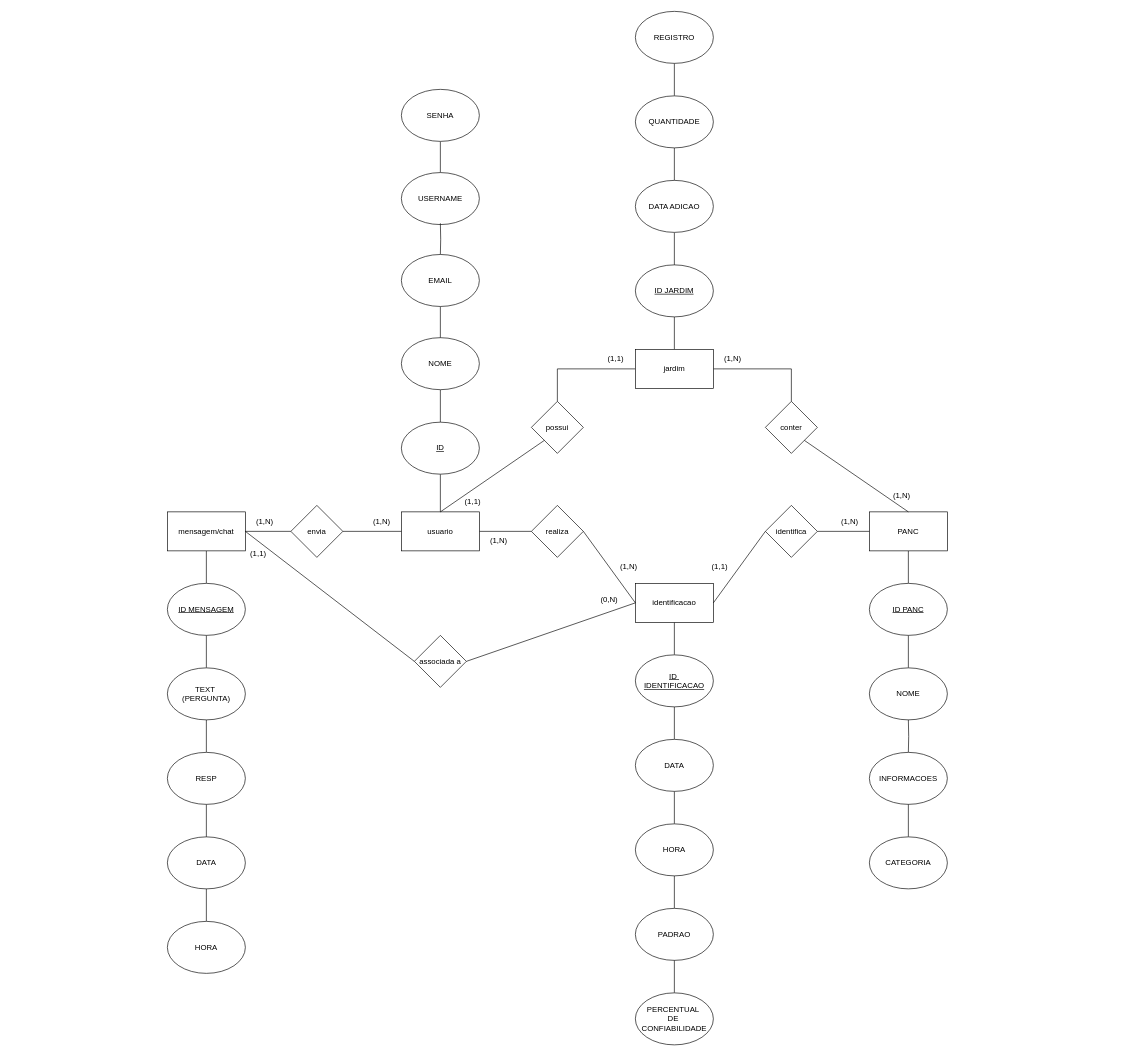
Above: Diagramas/Diagrama conceitual TCC FINAL.drawio in ThiagoNestor/tcc-thiago-nestor-lais-ferrari-leticia-cardoso-rebeca-carvalho (draw.io), before the change. Source tidied: cells renumbered, new cells numbered last; positions are measured from the earlier drawing's top-left corner, leaving out a move shared by most shapes. Both pictures are drawn from the tidied source at 65%, with x=0, y=0 at pixel (167, 11).
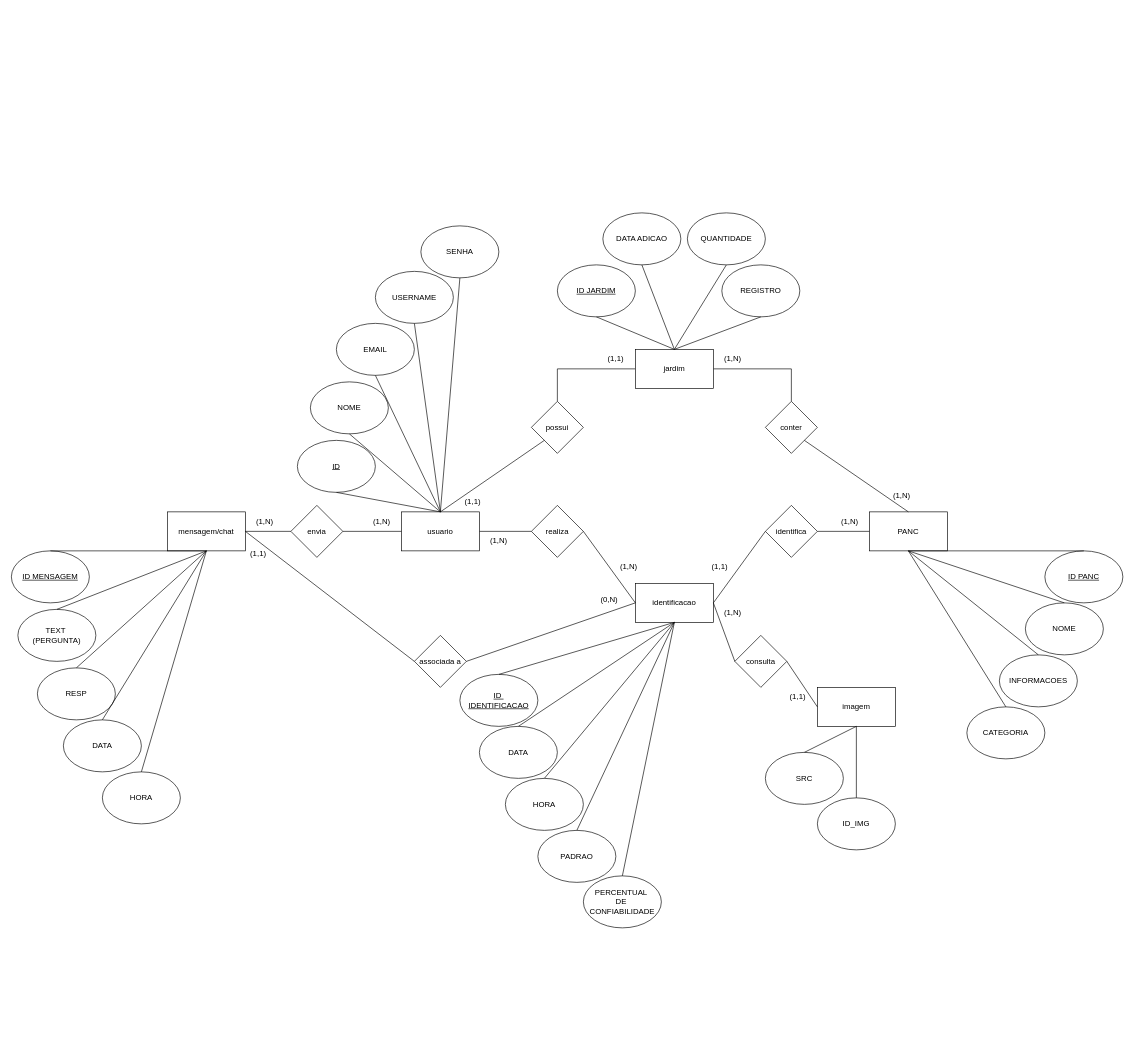
After the change.

Unchanged cells that the change refers to:
```xml
<mxCell id="5" value="jardim" style="rounded=0;whiteSpace=wrap;html=1;" parent="1" vertex="1">
  <mxGeometry x="720" y="520" width="120" height="60" as="geometry" />
</mxCell>
<mxCell id="7" value="mensagem/chat" style="rounded=0;whiteSpace=wrap;html=1;" parent="1" vertex="1">
  <mxGeometry y="770" width="120" height="60" as="geometry" />
</mxCell>
<mxCell id="9" value="PANC" style="rounded=0;whiteSpace=wrap;html=1;" parent="1" vertex="1">
  <mxGeometry x="1080" y="770" width="120" height="60" as="geometry" />
</mxCell>
<mxCell id="11" value="identificacao" style="rounded=0;whiteSpace=wrap;html=1;" parent="1" vertex="1">
  <mxGeometry x="720" y="880" width="120" height="60" as="geometry" />
</mxCell>
<mxCell id="14" value="usuario" style="rounded=0;whiteSpace=wrap;html=1;direction=east;flipV=0;legacyAnchorPoints=0;flipH=1;" parent="1" vertex="1">
  <mxGeometry x="360" y="770" width="120" height="60" as="geometry" />
</mxCell>
```

Change to the diagram source:
```diff
@@
-    <mxCell id="2" style="edgeStyle=orthogonalEdgeStyle;rounded=0;jettySize=auto;html=1;endArrow=none;endFill=0;" parent="1" edge="1" source="5" target="42">
-      <mxGeometry relative="1" as="geometry" />
-    </mxCell>
@@
-    <mxCell id="6" style="edgeStyle=orthogonalEdgeStyle;rounded=0;jettySize=auto;html=1;endArrow=none;endFill=0;" parent="1" edge="1" source="7" target="33">
-      <mxGeometry relative="1" as="geometry" />
-    </mxCell>
@@
-    <mxCell id="8" style="edgeStyle=orthogonalEdgeStyle;rounded=0;jettySize=auto;html=1;endArrow=none;endFill=0;" parent="1" edge="1" source="9" target="26">
-      <mxGeometry relative="1" as="geometry" />
-    </mxCell>
@@
-    <mxCell id="10" style="edgeStyle=orthogonalEdgeStyle;rounded=0;jettySize=auto;html=1;endArrow=none;endFill=0;" parent="1" edge="1" source="11" target="19">
-      <mxGeometry relative="1" as="geometry" />
-    </mxCell>
@@
-    <mxCell id="13" style="edgeStyle=orthogonalEdgeStyle;rounded=0;jettySize=auto;html=1;endArrow=none;endFill=0;" parent="1" edge="1" source="14" target="61">
-      <mxGeometry relative="1" as="geometry" />
-    </mxCell>
@@
-    <mxCell id="18" style="edgeStyle=orthogonalEdgeStyle;rounded=0;jettySize=auto;html=1;endArrow=none;endFill=0;" parent="1" edge="1" source="19" target="21">
-      <mxGeometry relative="1" as="geometry" />
-    </mxCell>
     <mxCell id="19" value="&lt;u&gt;ID&amp;nbsp;&lt;/u&gt;&lt;div&gt;&lt;u&gt;IDENTIFICACAO&lt;/u&gt;&lt;/div&gt;" style="ellipse;whiteSpace=wrap;html=1;" parent="1" vertex="1">
-      <mxGeometry x="720" y="990" width="120" height="80" as="geometry" />
+      <mxGeometry x="450" y="1020" width="120" height="80" as="geometry" />
     </mxCell>
-    <mxCell id="20" style="edgeStyle=orthogonalEdgeStyle;rounded=0;jettySize=auto;html=1;endArrow=none;endFill=0;" parent="1" edge="1" source="21" target="23">
-      <mxGeometry relative="1" as="geometry" />
-    </mxCell>
     <mxCell id="21" value="DATA" style="ellipse;whiteSpace=wrap;html=1;" parent="1" vertex="1">
-      <mxGeometry x="720" y="1120" width="120" height="80" as="geometry" />
+      <mxGeometry x="480" y="1100" width="120" height="80" as="geometry" />
     </mxCell>
-    <mxCell id="22" style="edgeStyle=orthogonalEdgeStyle;rounded=0;jettySize=auto;html=1;endArrow=none;endFill=0;" parent="1" edge="1" source="23" target="24">
-      <mxGeometry relative="1" as="geometry" />
-    </mxCell>
     <mxCell id="23" value="HORA" style="ellipse;whiteSpace=wrap;html=1;" parent="1" vertex="1">
-      <mxGeometry x="720" y="1250" width="120" height="80" as="geometry" />
+      <mxGeometry x="520" y="1180" width="120" height="80" as="geometry" />
     </mxCell>
     <mxCell id="24" value="PADRAO" style="ellipse;whiteSpace=wrap;html=1;" parent="1" vertex="1">
-      <mxGeometry x="720" y="1380" width="120" height="80" as="geometry" />
+      <mxGeometry x="570" y="1260" width="120" height="80" as="geometry" />
     </mxCell>
-    <mxCell id="25" style="edgeStyle=orthogonalEdgeStyle;rounded=0;jettySize=auto;html=1;endArrow=none;endFill=0;" parent="1" edge="1" source="26" target="27">
-      <mxGeometry relative="1" as="geometry" />
-    </mxCell>
     <mxCell id="26" value="&lt;u&gt;ID PANC&lt;/u&gt;" style="ellipse;whiteSpace=wrap;html=1;" parent="1" vertex="1">
-      <mxGeometry x="1080" y="880" width="120" height="80" as="geometry" />
+      <mxGeometry x="1350" y="830" width="120" height="80" as="geometry" />
     </mxCell>
     <mxCell id="27" value="NOME" style="ellipse;whiteSpace=wrap;html=1;" parent="1" vertex="1">
-      <mxGeometry x="1080" y="1010" width="120" height="80" as="geometry" />
+      <mxGeometry x="1320" y="910" width="120" height="80" as="geometry" />
     </mxCell>
-    <mxCell id="28" style="edgeStyle=orthogonalEdgeStyle;rounded=0;jettySize=auto;html=1;endArrow=none;endFill=0;" parent="1" edge="1" target="29">
-      <mxGeometry relative="1" as="geometry">
-        <mxPoint x="1140" y="1090" as="sourcePoint" />
-      </mxGeometry>
-    </mxCell>
     <mxCell id="29" value="INFORMACOES" style="ellipse;whiteSpace=wrap;html=1;" parent="1" vertex="1">
-      <mxGeometry x="1080" y="1140" width="120" height="80" as="geometry" />
+      <mxGeometry x="1280" y="990" width="120" height="80" as="geometry" />
     </mxCell>
-    <mxCell id="30" style="edgeStyle=orthogonalEdgeStyle;rounded=0;jettySize=auto;html=1;endArrow=none;endFill=0;" parent="1" edge="1" source="31" target="24">
-      <mxGeometry relative="1" as="geometry" />
-    </mxCell>
     <mxCell id="31" value="PERCENTUAL&amp;nbsp;&lt;div&gt;DE&amp;nbsp;&lt;/div&gt;&lt;div&gt;CONFIABILIDADE&lt;/div&gt;" style="ellipse;whiteSpace=wrap;html=1;" parent="1" vertex="1">
-      <mxGeometry x="720" y="1510" width="120" height="80" as="geometry" />
+      <mxGeometry x="640" y="1330" width="120" height="80" as="geometry" />
     </mxCell>
-    <mxCell id="32" style="edgeStyle=orthogonalEdgeStyle;rounded=0;jettySize=auto;html=1;endArrow=none;endFill=0;" parent="1" edge="1" source="33" target="35">
-      <mxGeometry relative="1" as="geometry" />
-    </mxCell>
     <mxCell id="33" value="&lt;u&gt;ID MENSAGEM&lt;/u&gt;" style="ellipse;whiteSpace=wrap;html=1;" parent="1" vertex="1">
-      <mxGeometry y="880" width="120" height="80" as="geometry" />
+      <mxGeometry x="-240" y="830" width="120" height="80" as="geometry" />
     </mxCell>
-    <mxCell id="34" style="edgeStyle=orthogonalEdgeStyle;rounded=0;jettySize=auto;html=1;endArrow=none;endFill=0;" parent="1" edge="1" source="35" target="45">
-      <mxGeometry relative="1" as="geometry" />
-    </mxCell>
     <mxCell id="35" value="TEXT&amp;nbsp;&lt;div&gt;(PERGUNTA)&lt;/div&gt;" style="ellipse;whiteSpace=wrap;html=1;" parent="1" vertex="1">
-      <mxGeometry y="1010" width="120" height="80" as="geometry" />
+      <mxGeometry x="-230" y="920" width="120" height="80" as="geometry" />
     </mxCell>
-    <mxCell id="36" style="edgeStyle=orthogonalEdgeStyle;rounded=0;jettySize=auto;html=1;endArrow=none;endFill=0;" parent="1" edge="1" source="37" target="39">
-      <mxGeometry relative="1" as="geometry" />
-    </mxCell>
     <mxCell id="37" value="REGISTRO" style="ellipse;whiteSpace=wrap;html=1;" parent="1" vertex="1">
-      <mxGeometry x="720" width="120" height="80" as="geometry" />
+      <mxGeometry x="853" y="390" width="120" height="80" as="geometry" />
     </mxCell>
-    <mxCell id="38" style="edgeStyle=orthogonalEdgeStyle;rounded=0;jettySize=auto;html=1;endArrow=none;endFill=0;" parent="1" edge="1" source="39" target="41">
-      <mxGeometry relative="1" as="geometry" />
-    </mxCell>
     <mxCell id="39" value="QUANTIDADE" style="ellipse;whiteSpace=wrap;html=1;" parent="1" vertex="1">
-      <mxGeometry x="720" y="130" width="120" height="80" as="geometry" />
+      <mxGeometry x="800" y="310" width="120" height="80" as="geometry" />
     </mxCell>
-    <mxCell id="40" style="edgeStyle=orthogonalEdgeStyle;rounded=0;jettySize=auto;html=1;endArrow=none;endFill=0;" parent="1" edge="1" source="41" target="42">
-      <mxGeometry relative="1" as="geometry" />
-    </mxCell>
     <mxCell id="41" value="DATA ADICAO" style="ellipse;whiteSpace=wrap;html=1;" parent="1" vertex="1">
-      <mxGeometry x="720" y="260" width="120" height="80" as="geometry" />
+      <mxGeometry x="670" y="310" width="120" height="80" as="geometry" />
     </mxCell>
     <mxCell id="42" value="&lt;u&gt;ID JARDIM&lt;/u&gt;" style="ellipse;whiteSpace=wrap;html=1;" parent="1" vertex="1">
-      <mxGeometry x="720" y="390" width="120" height="80" as="geometry" />
+      <mxGeometry x="600" y="390" width="120" height="80" as="geometry" />
     </mxCell>
     <mxCell id="43" value="DATA" style="ellipse;whiteSpace=wrap;html=1;" parent="1" vertex="1">
-      <mxGeometry y="1270" width="120" height="80" as="geometry" />
+      <mxGeometry x="-160" y="1090" width="120" height="80" as="geometry" />
     </mxCell>
-    <mxCell id="44" style="edgeStyle=orthogonalEdgeStyle;rounded=0;jettySize=auto;html=1;endArrow=none;endFill=0;" parent="1" edge="1" source="45" target="43">
-      <mxGeometry relative="1" as="geometry" />
-    </mxCell>
     <mxCell id="45" value="RESP" style="ellipse;whiteSpace=wrap;html=1;" parent="1" vertex="1">
-      <mxGeometry y="1140" width="120" height="80" as="geometry" />
+      <mxGeometry x="-200" y="1010" width="120" height="80" as="geometry" />
     </mxCell>
-    <mxCell id="46" style="edgeStyle=orthogonalEdgeStyle;rounded=0;jettySize=auto;html=1;endArrow=none;endFill=0;" parent="1" edge="1" source="47" target="43">
-      <mxGeometry relative="1" as="geometry" />
-    </mxCell>
     <mxCell id="47" value="HORA" style="ellipse;whiteSpace=wrap;html=1;" parent="1" vertex="1">
-      <mxGeometry y="1400" width="120" height="80" as="geometry" />
+      <mxGeometry x="-100" y="1170" width="120" height="80" as="geometry" />
     </mxCell>
@@
-    <mxCell id="54" style="edgeStyle=orthogonalEdgeStyle;rounded=0;jettySize=auto;html=1;endArrow=none;endFill=0;" parent="1" edge="1" source="55" target="29">
-      <mxGeometry relative="1" as="geometry" />
-    </mxCell>
     <mxCell id="55" value="CATEGORIA" style="ellipse;whiteSpace=wrap;html=1;" parent="1" vertex="1">
-      <mxGeometry x="1080" y="1270" width="120" height="80" as="geometry" />
+      <mxGeometry x="1230" y="1070" width="120" height="80" as="geometry" />
     </mxCell>
@@
-    <mxCell id="59" style="edgeStyle=orthogonalEdgeStyle;rounded=0;jettySize=auto;html=1;endArrow=none;endFill=0;" parent="1" edge="1" source="60" target="61">
-      <mxGeometry relative="1" as="geometry" />
-    </mxCell>
     <mxCell id="60" value="NOME" style="ellipse;whiteSpace=wrap;html=1;direction=east;flipV=0;legacyAnchorPoints=0;flipH=1;" parent="1" vertex="1">
-      <mxGeometry x="360" y="502" width="120" height="80" as="geometry" />
+      <mxGeometry x="220" y="570" width="120" height="80" as="geometry" />
     </mxCell>
     <mxCell id="61" value="&lt;u&gt;ID&lt;/u&gt;" style="ellipse;whiteSpace=wrap;html=1;direction=east;flipV=0;legacyAnchorPoints=0;flipH=1;" parent="1" vertex="1">
-      <mxGeometry x="360" y="632" width="120" height="80" as="geometry" />
+      <mxGeometry x="200" y="660" width="120" height="80" as="geometry" />
     </mxCell>
-    <mxCell id="62" style="edgeStyle=orthogonalEdgeStyle;rounded=0;jettySize=auto;html=1;endArrow=none;endFill=0;" parent="1" edge="1" source="63" target="64">
-      <mxGeometry relative="1" as="geometry" />
-    </mxCell>
     <mxCell id="63" value="SENHA" style="ellipse;whiteSpace=wrap;html=1;direction=east;flipV=0;legacyAnchorPoints=0;flipH=1;" parent="1" vertex="1">
-      <mxGeometry x="360" y="120" width="120" height="80" as="geometry" />
+      <mxGeometry x="390" y="330" width="120" height="80" as="geometry" />
     </mxCell>
     <mxCell id="64" value="USERNAME" style="ellipse;whiteSpace=wrap;html=1;direction=east;flipV=0;legacyAnchorPoints=0;flipH=1;" parent="1" vertex="1">
-      <mxGeometry x="360" y="248" width="120" height="80" as="geometry" />
+      <mxGeometry x="320" y="400" width="120" height="80" as="geometry" />
     </mxCell>
-    <mxCell id="65" style="edgeStyle=orthogonalEdgeStyle;rounded=0;jettySize=auto;html=1;endArrow=none;endFill=0;" parent="1" edge="1" target="67">
-      <mxGeometry relative="1" as="geometry">
-        <mxPoint x="420" y="326" as="sourcePoint" />
-      </mxGeometry>
-    </mxCell>
-    <mxCell id="66" style="edgeStyle=orthogonalEdgeStyle;rounded=0;jettySize=auto;html=1;endArrow=none;endFill=0;" parent="1" edge="1" source="67" target="60">
-      <mxGeometry relative="1" as="geometry" />
-    </mxCell>
     <mxCell id="67" value="EMAIL" style="ellipse;whiteSpace=wrap;html=1;direction=east;flipV=0;legacyAnchorPoints=0;flipH=1;" parent="1" vertex="1">
-      <mxGeometry x="360" y="374" width="120" height="80" as="geometry" />
+      <mxGeometry x="260" y="480" width="120" height="80" as="geometry" />
     </mxCell>
@@
+    <mxCell id="83" style="endArrow=none;html=1;rounded=0;exitX=0.5;exitY=0;exitDx=0;exitDy=0;entryX=0.5;entryY=1;entryDx=0;entryDy=0;" parent="1" edge="1" source="33" target="7">
+      <mxGeometry relative="1" as="geometry" />
+    </mxCell>
+    <mxCell id="84" style="endArrow=none;html=1;rounded=0;exitX=0.5;exitY=0;exitDx=0;exitDy=0;" parent="1" edge="1" source="35">
+      <mxGeometry relative="1" as="geometry">
+        <mxPoint x="60" y="830" as="targetPoint" />
+      </mxGeometry>
+    </mxCell>
+    <mxCell id="85" style="endArrow=none;html=1;rounded=0;exitX=0.5;exitY=0;exitDx=0;exitDy=0;entryX=0.5;entryY=1;entryDx=0;entryDy=0;" parent="1" edge="1" source="45" target="7">
+      <mxGeometry relative="1" as="geometry" />
+    </mxCell>
+    <mxCell id="86" style="endArrow=none;html=1;rounded=0;exitX=0.5;exitY=0;exitDx=0;exitDy=0;entryX=0.5;entryY=1;entryDx=0;entryDy=0;" parent="1" edge="1" source="43" target="7">
+      <mxGeometry relative="1" as="geometry" />
+    </mxCell>
+    <mxCell id="87" style="endArrow=none;html=1;rounded=0;exitX=0.5;exitY=0;exitDx=0;exitDy=0;entryX=0.5;entryY=1;entryDx=0;entryDy=0;" parent="1" edge="1" source="47" target="7">
+      <mxGeometry relative="1" as="geometry" />
+    </mxCell>
+    <mxCell id="88" style="endArrow=none;html=1;rounded=0;exitX=0.5;exitY=1;exitDx=0;exitDy=0;entryX=0.5;entryY=0;entryDx=0;entryDy=0;" parent="1" edge="1" source="61" target="14">
+      <mxGeometry relative="1" as="geometry" />
+    </mxCell>
+    <mxCell id="89" style="endArrow=none;html=1;rounded=0;exitX=0.5;exitY=1;exitDx=0;exitDy=0;" parent="1" edge="1" source="60">
+      <mxGeometry relative="1" as="geometry">
+        <mxPoint x="420" y="770" as="targetPoint" />
+      </mxGeometry>
+    </mxCell>
+    <mxCell id="90" style="endArrow=none;html=1;rounded=0;exitX=0.5;exitY=1;exitDx=0;exitDy=0;entryX=0.5;entryY=0;entryDx=0;entryDy=0;" parent="1" edge="1" source="67" target="14">
+      <mxGeometry relative="1" as="geometry" />
+    </mxCell>
+    <mxCell id="91" style="endArrow=none;html=1;rounded=0;exitX=0.5;exitY=1;exitDx=0;exitDy=0;entryX=0.5;entryY=0;entryDx=0;entryDy=0;" parent="1" edge="1" source="64" target="14">
+      <mxGeometry relative="1" as="geometry" />
+    </mxCell>
+    <mxCell id="92" style="endArrow=none;html=1;rounded=0;entryX=0.5;entryY=1;entryDx=0;entryDy=0;exitX=0.5;exitY=0;exitDx=0;exitDy=0;" parent="1" edge="1" source="14" target="63">
+      <mxGeometry relative="1" as="geometry" />
+    </mxCell>
+    <mxCell id="93" style="endArrow=none;html=1;rounded=0;exitX=0.5;exitY=0;exitDx=0;exitDy=0;entryX=0.5;entryY=1;entryDx=0;entryDy=0;" parent="1" edge="1" source="19" target="11">
+      <mxGeometry relative="1" as="geometry" />
+    </mxCell>
+    <mxCell id="94" style="endArrow=none;html=1;rounded=0;exitX=0.5;exitY=0;exitDx=0;exitDy=0;" parent="1" edge="1" source="21">
+      <mxGeometry relative="1" as="geometry">
+        <mxPoint x="780" y="940" as="targetPoint" />
+      </mxGeometry>
+    </mxCell>
+    <mxCell id="95" style="endArrow=none;html=1;rounded=0;exitX=0.5;exitY=1;exitDx=0;exitDy=0;entryX=0.5;entryY=0;entryDx=0;entryDy=0;" parent="1" edge="1" source="11" target="23">
+      <mxGeometry relative="1" as="geometry" />
+    </mxCell>
+    <mxCell id="96" style="endArrow=none;html=1;rounded=0;exitX=0.5;exitY=0;exitDx=0;exitDy=0;entryX=0.5;entryY=1;entryDx=0;entryDy=0;" parent="1" edge="1" source="24" target="11">
+      <mxGeometry relative="1" as="geometry" />
+    </mxCell>
+    <mxCell id="97" style="endArrow=none;html=1;rounded=0;exitX=0.5;exitY=0;exitDx=0;exitDy=0;entryX=0.5;entryY=1;entryDx=0;entryDy=0;" parent="1" edge="1" source="31" target="11">
+      <mxGeometry relative="1" as="geometry" />
+    </mxCell>
+    <mxCell id="8" style="endArrow=none;html=1;rounded=0;exitX=0.5;exitY=1;exitDx=0;exitDy=0;entryX=0.5;entryY=0;entryDx=0;entryDy=0;" parent="1" edge="1" source="9" target="26">
+      <mxGeometry relative="1" as="geometry" />
+    </mxCell>
+    <mxCell id="98" style="endArrow=none;html=1;rounded=0;exitX=0.5;exitY=1;exitDx=0;exitDy=0;entryX=0.5;entryY=0;entryDx=0;entryDy=0;" parent="1" edge="1" source="9" target="27">
+      <mxGeometry relative="1" as="geometry" />
+    </mxCell>
+    <mxCell id="99" style="endArrow=none;html=1;rounded=0;entryX=0.5;entryY=1;entryDx=0;entryDy=0;exitX=0.5;exitY=0;exitDx=0;exitDy=0;" parent="1" edge="1" source="55" target="9">
+      <mxGeometry relative="1" as="geometry" />
+    </mxCell>
+    <mxCell id="100" style="endArrow=none;html=1;rounded=0;exitX=0.5;exitY=1;exitDx=0;exitDy=0;entryX=0.5;entryY=0;entryDx=0;entryDy=0;" parent="1" edge="1" source="9" target="29">
+      <mxGeometry relative="1" as="geometry" />
+    </mxCell>
+    <mxCell id="101" style="endArrow=none;html=1;rounded=0;exitX=0.5;exitY=0;exitDx=0;exitDy=0;entryX=0.5;entryY=1;entryDx=0;entryDy=0;" parent="1" edge="1" source="5" target="37">
+      <mxGeometry relative="1" as="geometry" />
+    </mxCell>
+    <mxCell id="2" style="endArrow=none;html=1;rounded=0;exitX=0.5;exitY=0;exitDx=0;exitDy=0;entryX=0.5;entryY=1;entryDx=0;entryDy=0;" parent="1" edge="1" source="5" target="42">
+      <mxGeometry relative="1" as="geometry" />
+    </mxCell>
+    <mxCell id="102" style="endArrow=none;html=1;rounded=0;entryX=0.5;entryY=1;entryDx=0;entryDy=0;exitX=0.5;exitY=0;exitDx=0;exitDy=0;" parent="1" edge="1" source="5" target="41">
+      <mxGeometry relative="1" as="geometry" />
+    </mxCell>
+    <mxCell id="103" style="endArrow=none;html=1;rounded=0;entryX=0.5;entryY=1;entryDx=0;entryDy=0;exitX=0.5;exitY=0;exitDx=0;exitDy=0;" parent="1" edge="1" source="5" target="39">
+      <mxGeometry relative="1" as="geometry" />
+    </mxCell>
+    <mxCell id="104" value="imagem" style="rounded=0;whiteSpace=wrap;html=1;" parent="1" vertex="1">
+      <mxGeometry x="1000" y="1040" width="120" height="60" as="geometry" />
+    </mxCell>
+    <mxCell id="105" value="consulta" style="rhombus;whiteSpace=wrap;html=1;" parent="1" vertex="1">
+      <mxGeometry x="873" y="960" width="80" height="80" as="geometry" />
+    </mxCell>
+    <mxCell id="106" style="endArrow=none;html=1;rounded=0;exitX=1;exitY=0.5;exitDx=0;exitDy=0;entryX=0;entryY=0.5;entryDx=0;entryDy=0;" parent="1" edge="1" source="11" target="105">
+      <mxGeometry relative="1" as="geometry" />
+    </mxCell>
+    <mxCell id="107" style="endArrow=none;html=1;rounded=0;exitX=1;exitY=0.5;exitDx=0;exitDy=0;entryX=0;entryY=0.5;entryDx=0;entryDy=0;" parent="1" edge="1" source="105" target="104">
+      <mxGeometry relative="1" as="geometry" />
+    </mxCell>
+    <mxCell id="108" value="ID_IMG" style="ellipse;whiteSpace=wrap;html=1;" parent="1" vertex="1">
+      <mxGeometry x="1000" y="1210" width="120" height="80" as="geometry" />
+    </mxCell>
+    <mxCell id="109" value="SRC" style="ellipse;whiteSpace=wrap;html=1;" parent="1" vertex="1">
+      <mxGeometry x="920" y="1140" width="120" height="80" as="geometry" />
+    </mxCell>
+    <mxCell id="110" style="endArrow=none;html=1;rounded=0;exitX=0.5;exitY=0;exitDx=0;exitDy=0;entryX=0.5;entryY=1;entryDx=0;entryDy=0;" parent="1" edge="1" source="109" target="104">
+      <mxGeometry relative="1" as="geometry" />
+    </mxCell>
+    <mxCell id="111" style="endArrow=none;html=1;rounded=0;exitX=0.5;exitY=0;exitDx=0;exitDy=0;entryX=0.5;entryY=1;entryDx=0;entryDy=0;" parent="1" edge="1" source="108" target="104">
+      <mxGeometry relative="1" as="geometry" />
+    </mxCell>
+    <mxCell id="112" value="(1,N)" style="text;html=1;whiteSpace=wrap;strokeColor=none;fillColor=none;align=center;verticalAlign=middle;rounded=0;" parent="1" vertex="1">
+      <mxGeometry x="840" y="910" width="60" height="30" as="geometry" />
+    </mxCell>
+    <mxCell id="113" value="(1,1)" style="text;html=1;whiteSpace=wrap;strokeColor=none;fillColor=none;align=center;verticalAlign=middle;rounded=0;" parent="1" vertex="1">
+      <mxGeometry x="940" y="1040" width="60" height="30" as="geometry" />
+    </mxCell>
```
